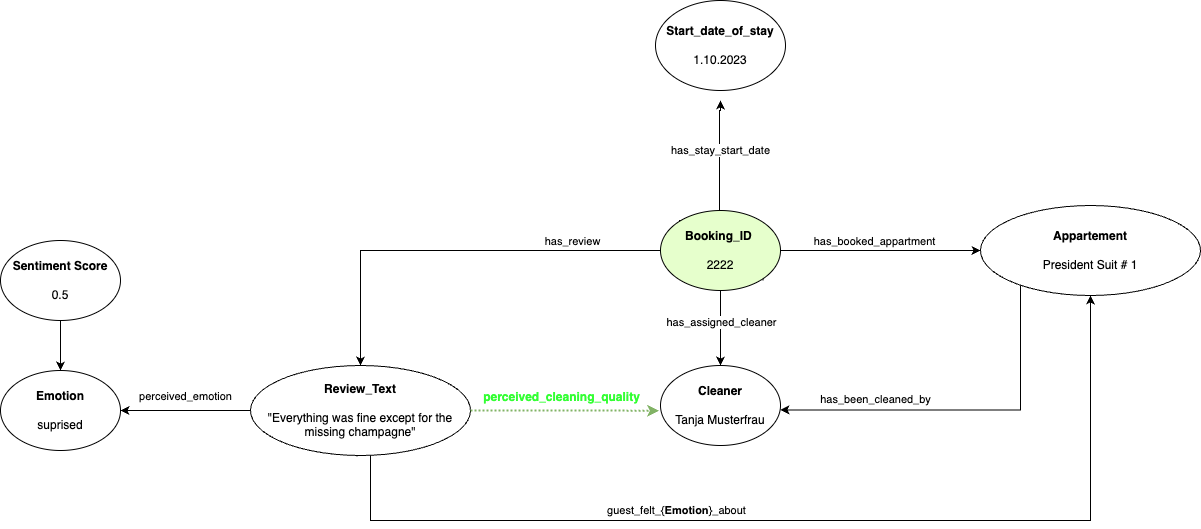
The draw.io diagram drawings/KG_Architecture.png in dominik-pichler/Review_me_if_you_can, before a commit. Source tidied: cells renumbered, new cells last; positions are measured from the earlier drawing's top-left corner, leaving out a move shared by most shapes.
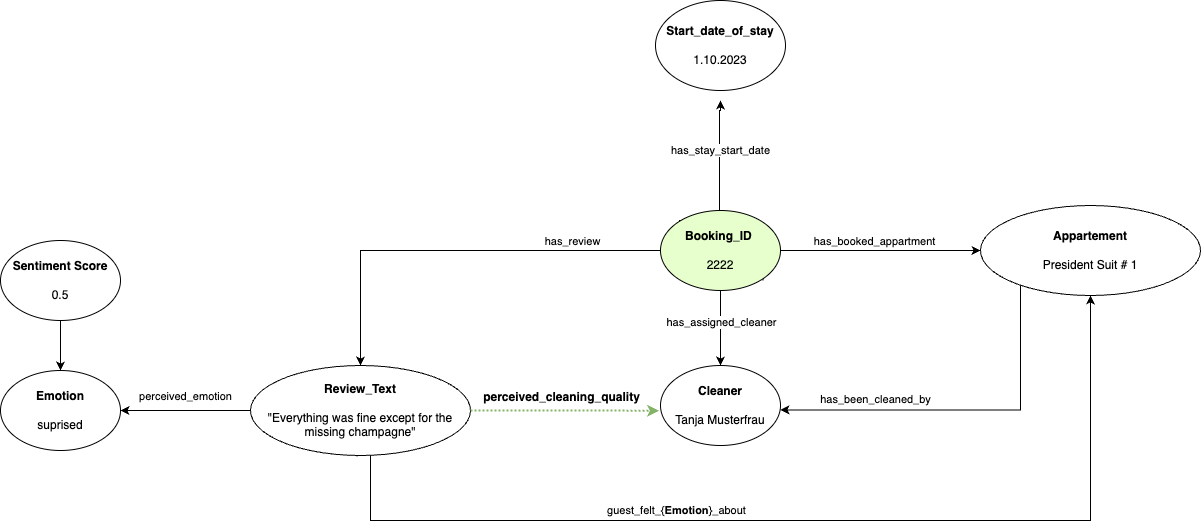
After the change.

The edit, as a diff of the source:
```diff
@@ -113,7 +113,7 @@
     <mxCell id="24" style="edgeStyle=orthogonalEdgeStyle;rounded=0;jettySize=auto;html=1;exitX=1;exitY=0.5;exitDx=0;exitDy=0;entryX=-0.011;entryY=0.565;entryDx=0;entryDy=0;entryPerimeter=0;fillColor=#d5e8d4;strokeColor=#82b366;strokeWidth=2;dashed=1;dashPattern=1 1;" parent="1" edge="1" source="20" target="12">
       <mxGeometry relative="1" as="geometry" />
     </mxCell>
-    <mxCell id="25" value="&lt;font style=&quot;font-size: 12px;&quot;&gt;perceived_cleaning_quality&lt;/font&gt;" style="edgeLabel;html=1;align=center;verticalAlign=middle;fontColor=#33FF33;fontStyle=1;" parent="24" vertex="1">
+    <mxCell id="25" value="&lt;font color=&quot;#000000&quot; style=&quot;font-size: 12px;&quot;&gt;perceived_cleaning_quality&lt;/font&gt;" style="edgeLabel;html=1;align=center;verticalAlign=middle;fontColor=#33FF33;fontStyle=1;" parent="24" vertex="1">
       <mxGeometry x="-0.17" y="-1" relative="1" as="geometry">
         <mxPoint x="13" y="-14" as="offset" />
       </mxGeometry>
```
